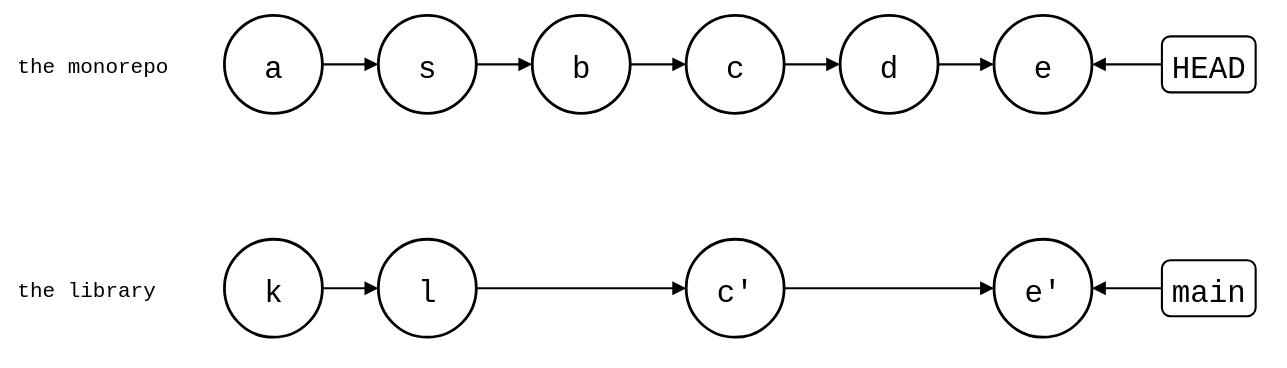
This is git-splice/test/comparisons/git-subtree-splice.drawio.svg from roschaefer/episodes, a draw.io export, as it was before one commit. Source tidied: cells renumbered, new cells last; positions are measured from the earlier drawing's top-left corner, leaving out a move shared by most shapes.
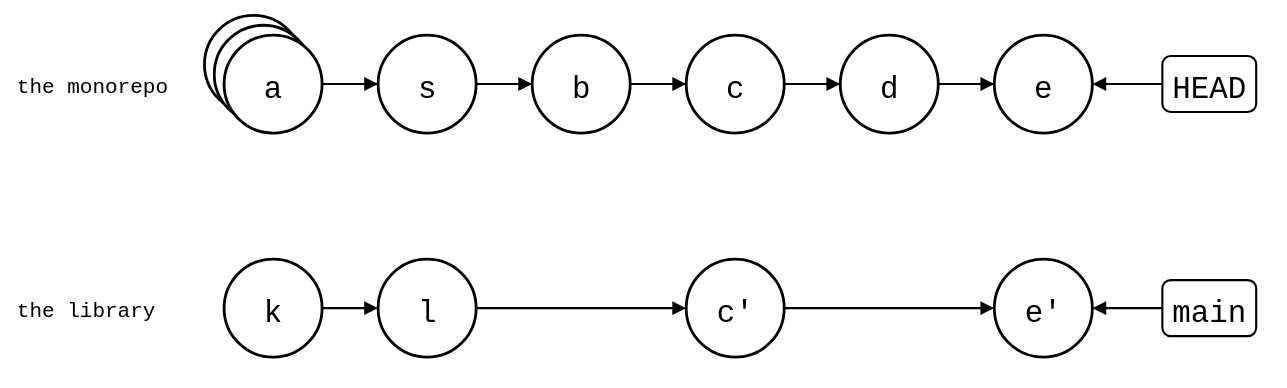
After the change.

What changed in the source:
```diff
@@ -8,6 +8,12 @@
     <mxCell id="3" value="the library" style="text;strokeColor=none;fillColor=none;align=left;verticalAlign=middle;fontSize=15;fontFamily=Roboto Mono,monospace;" parent="1" vertex="1">
       <mxGeometry y="180" width="130" height="30" as="geometry" />
     </mxCell>
+    <mxCell id="26" style="shape=ellipse;strokeWidth=2;fontSize=22;fontFamily=Roboto Mono,monospace;" parent="1" vertex="1">
+      <mxGeometry x="136" y="-14" width="70" height="70" as="geometry" />
+    </mxCell>
+    <mxCell id="27" style="shape=ellipse;strokeWidth=2;fontSize=22;fontFamily=Roboto Mono,monospace;" parent="1" vertex="1">
+      <mxGeometry x="143" y="-7" width="70" height="70" as="geometry" />
+    </mxCell>
     <mxCell id="4" value="a" style="ellipse;strokeWidth=2;fontSize=22;fontFamily=Roboto Mono,monospace;" parent="1" vertex="1">
       <mxGeometry x="150" width="70" height="70" as="geometry" />
     </mxCell>
```
